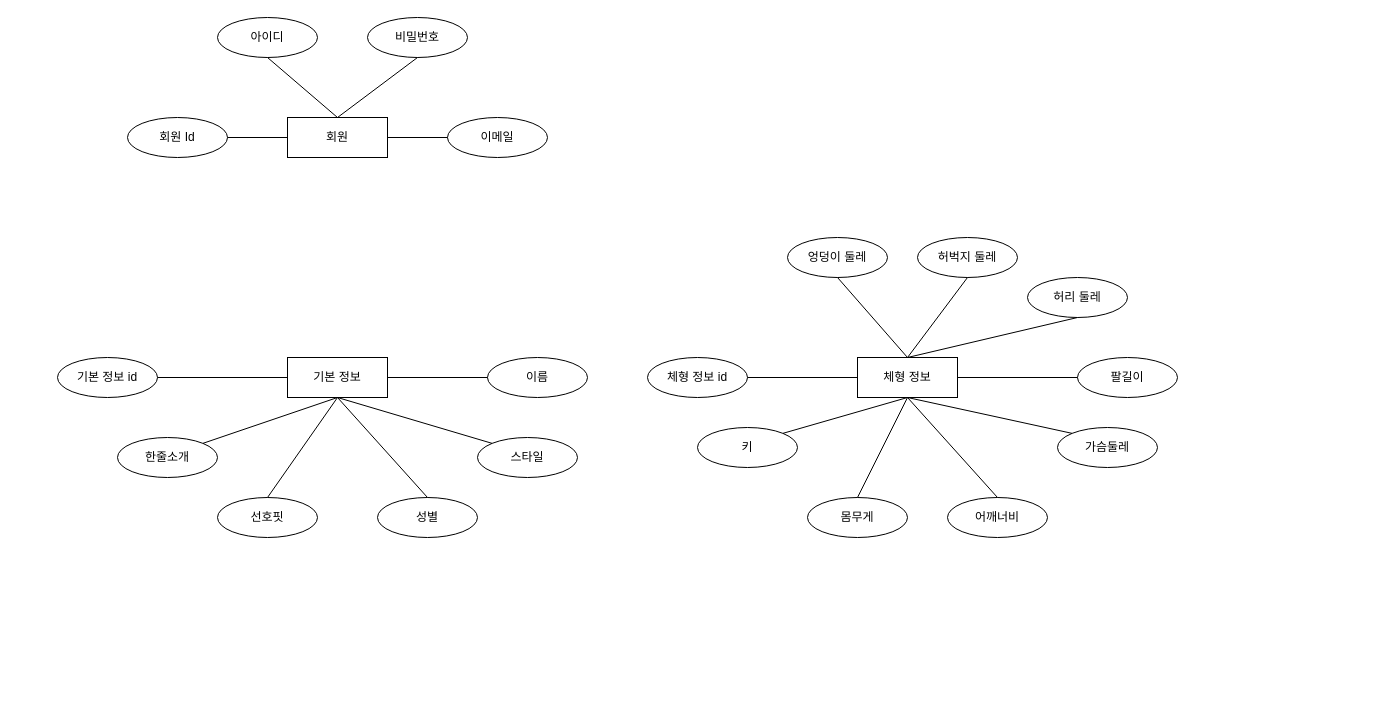
The draw.io diagram 핏플.drawio in cchoiGeon/erd, before the edit. Source tidied: cells renumbered, new cells numbered last; positions are measured from the earlier drawing's top-left corner, leaving out a move shared by most shapes. Both pictures are drawn from the tidied source at 100%, with x=0, y=0 at pixel (57, 17).
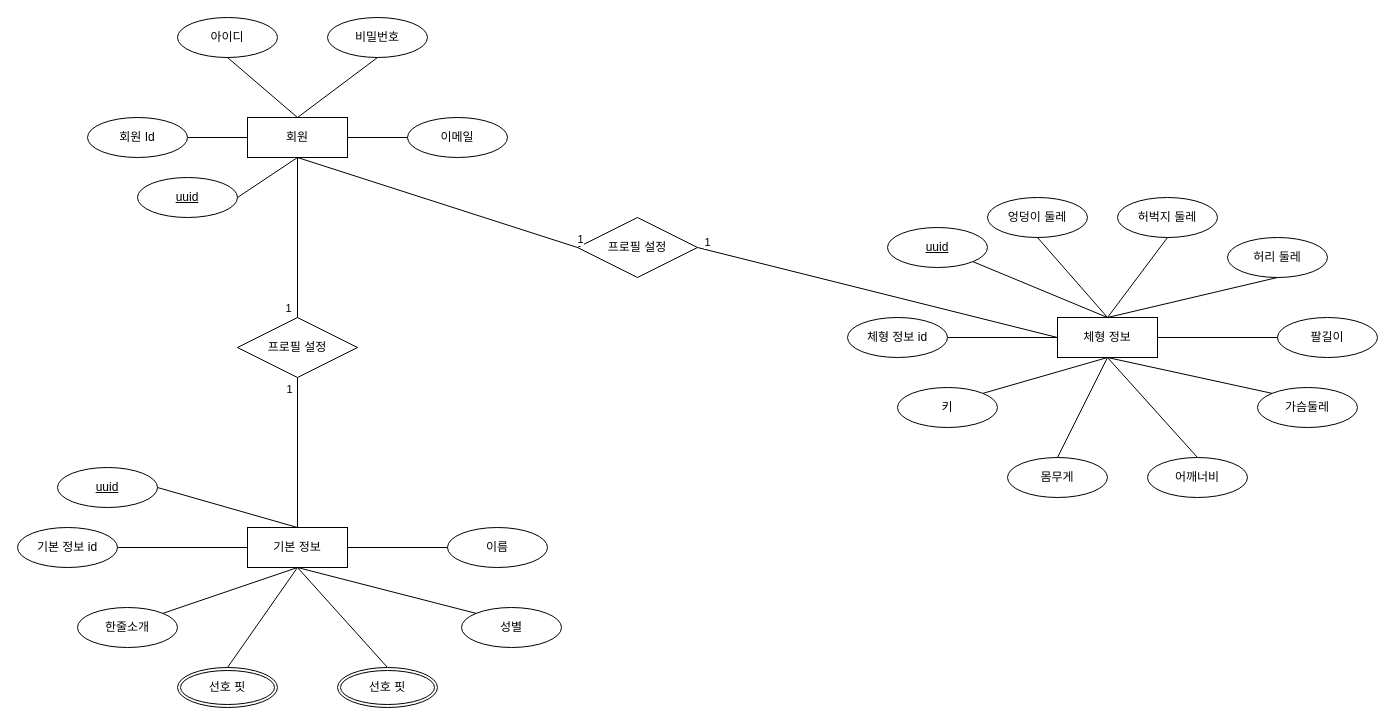
The same diagram, later.

Commit message (it also covers changes not shown here):
핏플.drawio 업데이트

Change to the diagram source:
```diff
@@
     <mxCell id="2" value="회원" style="whiteSpace=wrap;html=1;align=center;" parent="1" vertex="1">
-      <mxGeometry x="230" y="100" width="100" height="40" as="geometry" />
+      <mxGeometry x="190" y="100" width="100" height="40" as="geometry" />
     </mxCell>
     <mxCell id="3" value="아이디" style="ellipse;whiteSpace=wrap;html=1;align=center;" parent="1" vertex="1">
-      <mxGeometry x="160" width="100" height="40" as="geometry" />
+      <mxGeometry x="120" width="100" height="40" as="geometry" />
     </mxCell>
     <mxCell id="4" value="회원 Id" style="ellipse;whiteSpace=wrap;html=1;align=center;" parent="1" vertex="1">
-      <mxGeometry x="70" y="100" width="100" height="40" as="geometry" />
+      <mxGeometry x="30" y="100" width="100" height="40" as="geometry" />
     </mxCell>
     <mxCell id="5" value="비밀번호" style="ellipse;whiteSpace=wrap;html=1;align=center;" parent="1" vertex="1">
-      <mxGeometry x="310" width="100" height="40" as="geometry" />
+      <mxGeometry x="270" width="100" height="40" as="geometry" />
     </mxCell>
     <mxCell id="6" value="이메일" style="ellipse;whiteSpace=wrap;html=1;align=center;" parent="1" vertex="1">
-      <mxGeometry x="390" y="100" width="100" height="40" as="geometry" />
+      <mxGeometry x="350" y="100" width="100" height="40" as="geometry" />
     </mxCell>
@@
     <mxCell id="11" value="기본 정보" style="whiteSpace=wrap;html=1;align=center;" parent="1" vertex="1">
-      <mxGeometry x="230" y="340" width="100" height="40" as="geometry" />
+      <mxGeometry x="190" y="510" width="100" height="40" as="geometry" />
     </mxCell>
-    <mxCell id="12" value="선호핏" style="ellipse;whiteSpace=wrap;html=1;align=center;" parent="1" vertex="1">
-      <mxGeometry x="160" y="480" width="100" height="40" as="geometry" />
-    </mxCell>
     <mxCell id="13" value="기본 정보 id" style="ellipse;whiteSpace=wrap;html=1;align=center;" parent="1" vertex="1">
-      <mxGeometry y="340" width="100" height="40" as="geometry" />
+      <mxGeometry x="-40" y="510" width="100" height="40" as="geometry" />
     </mxCell>
-    <mxCell id="14" value="성별" style="ellipse;whiteSpace=wrap;html=1;align=center;" parent="1" vertex="1">
-      <mxGeometry x="320" y="480" width="100" height="40" as="geometry" />
-    </mxCell>
     <mxCell id="15" value="이름" style="ellipse;whiteSpace=wrap;html=1;align=center;" parent="1" vertex="1">
-      <mxGeometry x="430" y="340" width="100" height="40" as="geometry" />
+      <mxGeometry x="390" y="510" width="100" height="40" as="geometry" />
     </mxCell>
@@
-    <mxCell id="17" style="endArrow=none;html=1;rounded=0;exitX=0.5;exitY=0;exitDx=0;exitDy=0;entryX=0.5;entryY=1;entryDx=0;entryDy=0;" parent="1" edge="1" source="12" target="11">
+    <mxCell id="17" style="endArrow=none;html=1;rounded=0;exitX=0.5;exitY=0;exitDx=0;exitDy=0;entryX=0.5;entryY=1;entryDx=0;entryDy=0;" parent="1" edge="1" source="59" target="11">
       <mxGeometry relative="1" as="geometry" />
     </mxCell>
-    <mxCell id="18" style="endArrow=none;html=1;rounded=0;exitX=0.5;exitY=0;exitDx=0;exitDy=0;" parent="1" edge="1" source="14">
+    <mxCell id="18" style="endArrow=none;html=1;rounded=0;exitX=0.5;exitY=0;exitDx=0;exitDy=0;" parent="1" edge="1" source="60">
       <mxGeometry relative="1" as="geometry">
-        <mxPoint x="280" y="380" as="targetPoint" />
+        <mxPoint x="240" y="550" as="targetPoint" />
       </mxGeometry>
     </mxCell>
@@
-    <mxCell id="20" value="스타일" style="ellipse;whiteSpace=wrap;html=1;align=center;" parent="1" vertex="1">
-      <mxGeometry x="420" y="420" width="100" height="40" as="geometry" />
+    <mxCell id="20" value="성별" style="ellipse;whiteSpace=wrap;html=1;align=center;" parent="1" vertex="1">
+      <mxGeometry x="404" y="590" width="100" height="40" as="geometry" />
     </mxCell>
     <mxCell id="21" value="한줄소개" style="ellipse;whiteSpace=wrap;html=1;align=center;" parent="1" vertex="1">
-      <mxGeometry x="60" y="420" width="100" height="40" as="geometry" />
+      <mxGeometry x="20" y="590" width="100" height="40" as="geometry" />
     </mxCell>
@@
     <mxCell id="24" value="체형 정보" style="whiteSpace=wrap;html=1;align=center;" parent="1" vertex="1">
-      <mxGeometry x="800" y="340" width="100" height="40" as="geometry" />
+      <mxGeometry x="1000" y="300" width="100" height="40" as="geometry" />
     </mxCell>
     <mxCell id="25" value="몸무게" style="ellipse;whiteSpace=wrap;html=1;align=center;" parent="1" vertex="1">
-      <mxGeometry x="750" y="480" width="100" height="40" as="geometry" />
+      <mxGeometry x="950" y="440" width="100" height="40" as="geometry" />
     </mxCell>
     <mxCell id="26" value="체형 정보 id" style="ellipse;whiteSpace=wrap;html=1;align=center;" parent="1" vertex="1">
-      <mxGeometry x="590" y="340" width="100" height="40" as="geometry" />
+      <mxGeometry x="790" y="300" width="100" height="40" as="geometry" />
     </mxCell>
     <mxCell id="27" value="어깨너비" style="ellipse;whiteSpace=wrap;html=1;align=center;" parent="1" vertex="1">
-      <mxGeometry x="890" y="480" width="100" height="40" as="geometry" />
+      <mxGeometry x="1090" y="440" width="100" height="40" as="geometry" />
     </mxCell>
     <mxCell id="28" value="팔길이" style="ellipse;whiteSpace=wrap;html=1;align=center;" parent="1" vertex="1">
-      <mxGeometry x="1020" y="340" width="100" height="40" as="geometry" />
+      <mxGeometry x="1220" y="300" width="100" height="40" as="geometry" />
     </mxCell>
@@
     <mxCell id="33" value="가슴둘레" style="ellipse;whiteSpace=wrap;html=1;align=center;" parent="1" vertex="1">
-      <mxGeometry x="1000" y="410" width="100" height="40" as="geometry" />
+      <mxGeometry x="1200" y="370" width="100" height="40" as="geometry" />
     </mxCell>
     <mxCell id="34" value="키" style="ellipse;whiteSpace=wrap;html=1;align=center;" parent="1" vertex="1">
-      <mxGeometry x="640" y="410" width="100" height="40" as="geometry" />
+      <mxGeometry x="840" y="370" width="100" height="40" as="geometry" />
     </mxCell>
@@
     <mxCell id="37" value="허리 둘레" style="ellipse;whiteSpace=wrap;html=1;align=center;" parent="1" vertex="1">
-      <mxGeometry x="970" y="260" width="100" height="40" as="geometry" />
+      <mxGeometry x="1170" y="220" width="100" height="40" as="geometry" />
     </mxCell>
     <mxCell id="38" value="허벅지 둘레" style="ellipse;whiteSpace=wrap;html=1;align=center;" parent="1" vertex="1">
-      <mxGeometry x="860" y="220" width="100" height="40" as="geometry" />
+      <mxGeometry x="1060" y="180" width="100" height="40" as="geometry" />
     </mxCell>
     <mxCell id="39" value="엉덩이 둘레" style="ellipse;whiteSpace=wrap;html=1;align=center;" parent="1" vertex="1">
-      <mxGeometry x="730" y="220" width="100" height="40" as="geometry" />
+      <mxGeometry x="930" y="180" width="100" height="40" as="geometry" />
     </mxCell>
@@
+    <mxCell id="43" value="uuid" style="ellipse;whiteSpace=wrap;html=1;align=center;fontStyle=4;" parent="1" vertex="1">
+      <mxGeometry x="80" y="160" width="100" height="40" as="geometry" />
+    </mxCell>
+    <mxCell id="44" value="uuid" style="ellipse;whiteSpace=wrap;html=1;align=center;fontStyle=4;" parent="1" vertex="1">
+      <mxGeometry y="450" width="100" height="40" as="geometry" />
+    </mxCell>
+    <mxCell id="45" value="uuid" style="ellipse;whiteSpace=wrap;html=1;align=center;fontStyle=4;" parent="1" vertex="1">
+      <mxGeometry x="830" y="210" width="100" height="40" as="geometry" />
+    </mxCell>
+    <mxCell id="46" style="endArrow=none;html=1;rounded=0;exitX=1;exitY=0.5;exitDx=0;exitDy=0;entryX=0.5;entryY=1;entryDx=0;entryDy=0;" parent="1" edge="1" source="43" target="2">
+      <mxGeometry relative="1" as="geometry" />
+    </mxCell>
+    <mxCell id="47" style="endArrow=none;html=1;rounded=0;exitX=1;exitY=0.5;exitDx=0;exitDy=0;entryX=0.5;entryY=0;entryDx=0;entryDy=0;" parent="1" edge="1" source="44" target="11">
+      <mxGeometry relative="1" as="geometry" />
+    </mxCell>
+    <mxCell id="48" style="endArrow=none;html=1;rounded=0;exitX=1;exitY=1;exitDx=0;exitDy=0;entryX=0.5;entryY=0;entryDx=0;entryDy=0;" parent="1" edge="1" source="45" target="24">
+      <mxGeometry relative="1" as="geometry" />
+    </mxCell>
+    <mxCell id="49" value="프로필 설정" style="shape=rhombus;perimeter=rhombusPerimeter;whiteSpace=wrap;html=1;align=center;" parent="1" vertex="1">
+      <mxGeometry x="180" y="300" width="120" height="60" as="geometry" />
+    </mxCell>
+    <mxCell id="50" value="프로필 설정" style="shape=rhombus;perimeter=rhombusPerimeter;whiteSpace=wrap;html=1;align=center;" parent="1" vertex="1">
+      <mxGeometry x="520" y="200" width="120" height="60" as="geometry" />
+    </mxCell>
+    <mxCell id="51" style="endArrow=none;html=1;rounded=0;exitX=0.5;exitY=1;exitDx=0;exitDy=0;entryX=0.5;entryY=0;entryDx=0;entryDy=0;" parent="1" edge="1" source="2" target="49">
+      <mxGeometry relative="1" as="geometry" />
+    </mxCell>
+    <mxCell id="52" value="1" style="edgeLabel;html=1;align=center;verticalAlign=middle;" parent="51" vertex="1">
+      <mxGeometry x="0.78" y="1" relative="1" as="geometry">
+        <mxPoint x="-11" y="8" as="offset" />
+      </mxGeometry>
+    </mxCell>
+    <mxCell id="53" style="endArrow=none;html=1;rounded=0;exitX=0.5;exitY=1;exitDx=0;exitDy=0;entryX=0.5;entryY=0;entryDx=0;entryDy=0;" parent="1" edge="1" source="49" target="11">
+      <mxGeometry relative="1" as="geometry" />
+    </mxCell>
+    <mxCell id="54" style="endArrow=none;html=1;rounded=0;exitX=0.5;exitY=1;exitDx=0;exitDy=0;entryX=0;entryY=0.5;entryDx=0;entryDy=0;" parent="1" edge="1" source="2" target="50">
+      <mxGeometry relative="1" as="geometry" />
+    </mxCell>
+    <mxCell id="55" style="endArrow=none;html=1;rounded=0;exitX=0;exitY=0.5;exitDx=0;exitDy=0;entryX=1;entryY=0.5;entryDx=0;entryDy=0;" parent="1" edge="1" source="24" target="50">
+      <mxGeometry relative="1" as="geometry" />
+    </mxCell>
+    <mxCell id="56" value="1" style="edgeLabel;html=1;align=center;verticalAlign=middle;" parent="1" vertex="1">
+      <mxGeometry x="240" y="300.4" as="geometry">
+        <mxPoint x="-9" y="71" as="offset" />
+      </mxGeometry>
+    </mxCell>
+    <mxCell id="57" value="1" style="edgeLabel;html=1;align=center;verticalAlign=middle;" parent="1" vertex="1">
+      <mxGeometry x="250" y="310.4" as="geometry">
+        <mxPoint x="272" y="-89" as="offset" />
+      </mxGeometry>
+    </mxCell>
+    <mxCell id="58" value="1" style="edgeLabel;html=1;align=center;verticalAlign=middle;" parent="1" vertex="1">
+      <mxGeometry x="260" y="320.4" as="geometry">
+        <mxPoint x="389" y="-96" as="offset" />
+      </mxGeometry>
+    </mxCell>
+    <mxCell id="59" value="선호 핏" style="ellipse;shape=doubleEllipse;margin=3;whiteSpace=wrap;html=1;align=center;" parent="1" vertex="1">
+      <mxGeometry x="120" y="650" width="100" height="40" as="geometry" />
+    </mxCell>
+    <mxCell id="60" value="선호 핏" style="ellipse;shape=doubleEllipse;margin=3;whiteSpace=wrap;html=1;align=center;" parent="1" vertex="1">
+      <mxGeometry x="280" y="650" width="100" height="40" as="geometry" />
+    </mxCell>
```
